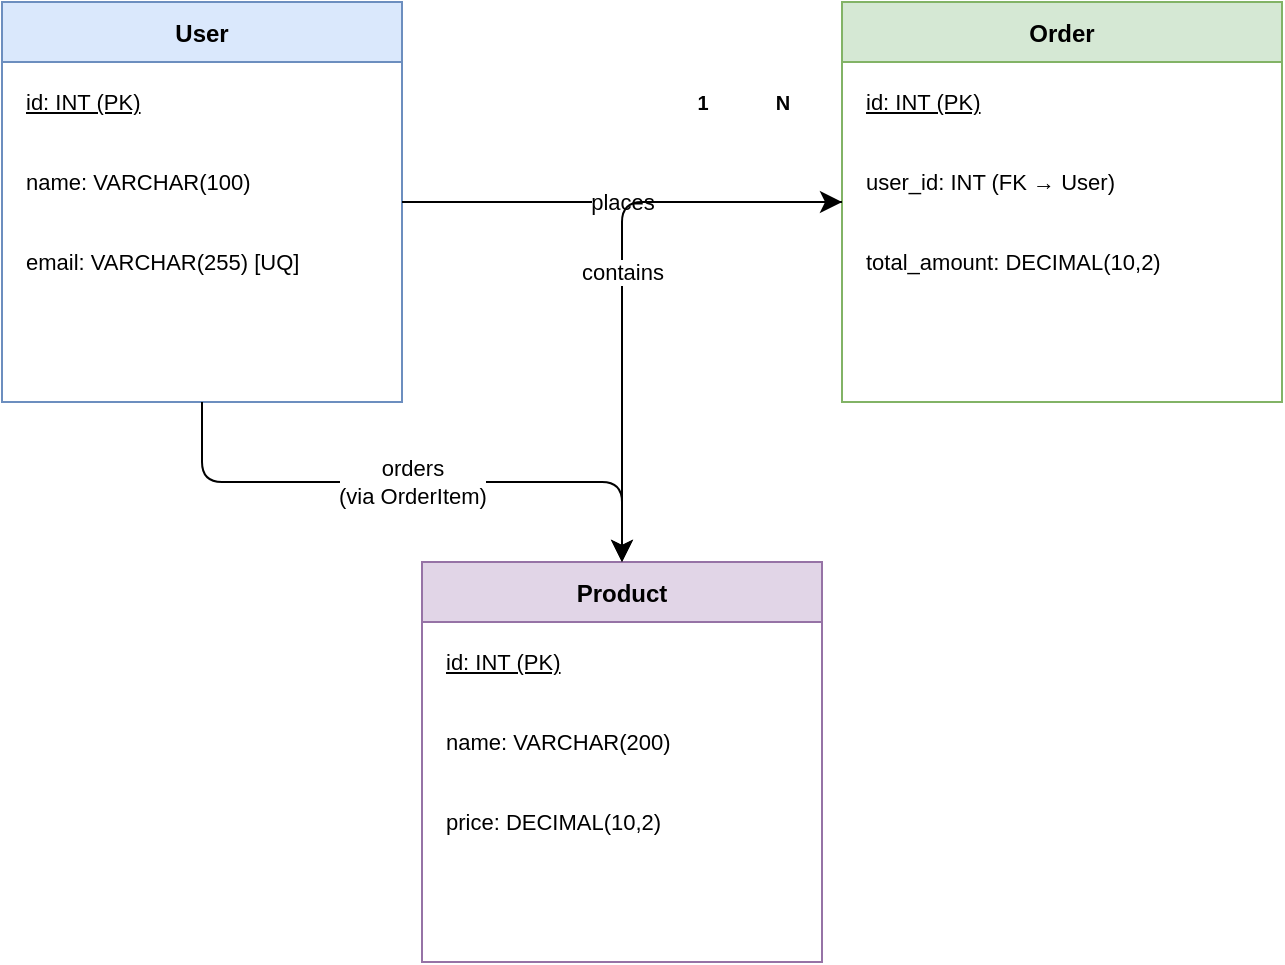
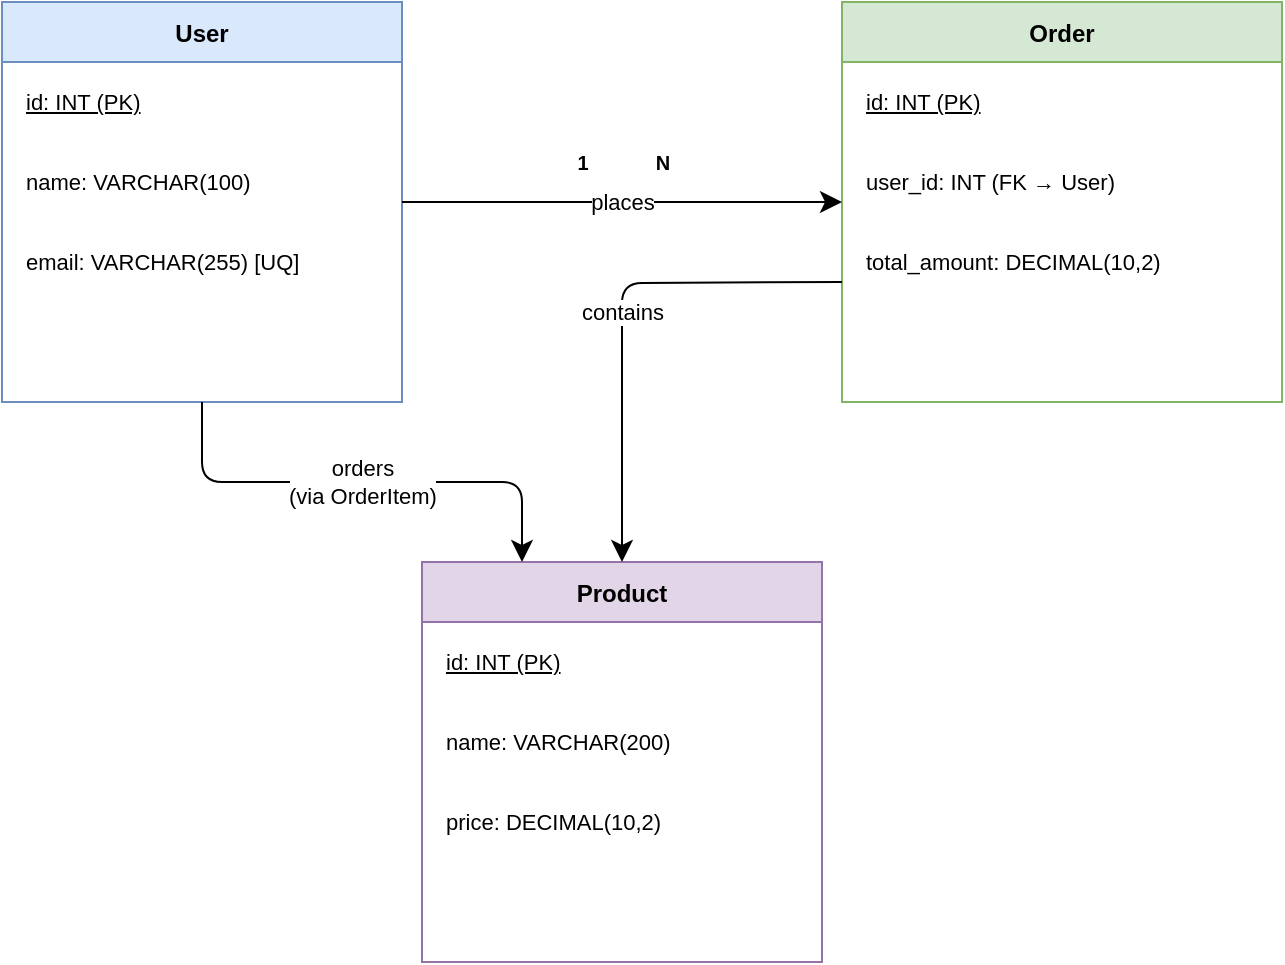
- <?xml version="1.0" encoding="UTF-8"?>
- <mxfile host="drawio" version="26.0.0" type="device">
+ <mxfile host="Electron">
  <diagram name="ER-Diagram" id="er-1">
-     <mxGraphModel dx="1434" dy="810" grid="1" gridSize="10" guides="1" tooltips="1" connect="1" arrows="1" fold="1" page="1" pageScale="1" pageWidth="1600" pageHeight="1200" math="0" shadow="0">
+     <mxGraphModel dx="774" dy="562" grid="1" gridSize="10" guides="1" tooltips="1" connect="1" arrows="1" fold="1" page="1" pageScale="1" pageWidth="1600" pageHeight="1200" math="0" shadow="0">
      <root>
        <mxCell id="0" />
        <mxCell id="1" parent="0" />
- 
-         <!-- Entity: User -->
-         <mxCell id="2" value="User" style="swimlane;startSize=30;fillColor=#dae8fc;strokeColor=#6c8ebf;fontSize=12;fontStyle=1;" vertex="1" parent="1">
-           <mxGeometry x="40" y="40" width="200" height="200" as="geometry" />
+         <mxCell id="2" parent="1" style="swimlane;startSize=30;fillColor=#dae8fc;strokeColor=#6c8ebf;fontSize=12;fontStyle=1;" value="User" vertex="1">
+           <mxGeometry height="200" width="200" x="40" y="40" as="geometry" />
        </mxCell>
-         <mxCell id="3" value="&lt;u&gt;id: INT (PK)&lt;/u&gt;" style="rounded=0;whiteSpace=wrap;html=1;fillColor=none;strokeColor=none;align=left;fontSize=11;" vertex="1" parent="2">
-           <mxGeometry x="10" y="40" width="180" height="20" as="geometry" />
+         <mxCell id="3" parent="2" style="rounded=0;whiteSpace=wrap;html=1;fillColor=none;strokeColor=none;align=left;fontSize=11;" value="&lt;u&gt;id: INT (PK)&lt;/u&gt;" vertex="1">
+           <mxGeometry height="20" width="180" x="10" y="40" as="geometry" />
        </mxCell>
-         <mxCell id="4" value="name: VARCHAR(100)" style="rounded=0;whiteSpace=wrap;html=1;fillColor=none;strokeColor=none;align=left;fontSize=11;" vertex="1" parent="2">
-           <mxGeometry x="10" y="80" width="180" height="20" as="geometry" />
+         <mxCell id="4" parent="2" style="rounded=0;whiteSpace=wrap;html=1;fillColor=none;strokeColor=none;align=left;fontSize=11;" value="name: VARCHAR(100)" vertex="1">
+           <mxGeometry height="20" width="180" x="10" y="80" as="geometry" />
        </mxCell>
-         <mxCell id="5" value="email: VARCHAR(255) [UQ]" style="rounded=0;whiteSpace=wrap;html=1;fillColor=none;strokeColor=none;align=left;fontSize=11;" vertex="1" parent="2">
-           <mxGeometry x="10" y="120" width="180" height="20" as="geometry" />
+         <mxCell id="5" parent="2" style="rounded=0;whiteSpace=wrap;html=1;fillColor=none;strokeColor=none;align=left;fontSize=11;" value="email: VARCHAR(255) [UQ]" vertex="1">
+           <mxGeometry height="20" width="180" x="10" y="120" as="geometry" />
        </mxCell>
- 
-         <!-- Entity: Order -->
-         <mxCell id="6" value="Order" style="swimlane;startSize=30;fillColor=#d5e8d4;strokeColor=#82b366;fontSize=12;fontStyle=1;" vertex="1" parent="1">
-           <mxGeometry x="460" y="40" width="220" height="200" as="geometry" />
+         <mxCell id="6" parent="1" style="swimlane;startSize=30;fillColor=#d5e8d4;strokeColor=#82b366;fontSize=12;fontStyle=1;" value="Order" vertex="1">
+           <mxGeometry height="200" width="220" x="460" y="40" as="geometry" />
        </mxCell>
-         <mxCell id="7" value="&lt;u&gt;id: INT (PK)&lt;/u&gt;" style="rounded=0;whiteSpace=wrap;html=1;fillColor=none;strokeColor=none;align=left;fontSize=11;" vertex="1" parent="6">
-           <mxGeometry x="10" y="40" width="200" height="20" as="geometry" />
+         <mxCell id="7" parent="6" style="rounded=0;whiteSpace=wrap;html=1;fillColor=none;strokeColor=none;align=left;fontSize=11;" value="&lt;u&gt;id: INT (PK)&lt;/u&gt;" vertex="1">
+           <mxGeometry height="20" width="200" x="10" y="40" as="geometry" />
        </mxCell>
-         <mxCell id="8" value="user_id: INT (FK → User)" style="rounded=0;whiteSpace=wrap;html=1;fillColor=none;strokeColor=none;align=left;fontSize=11;" vertex="1" parent="6">
-           <mxGeometry x="10" y="80" width="200" height="20" as="geometry" />
+         <mxCell id="8" parent="6" style="rounded=0;whiteSpace=wrap;html=1;fillColor=none;strokeColor=none;align=left;fontSize=11;" value="user_id: INT (FK → User)" vertex="1">
+           <mxGeometry height="20" width="200" x="10" y="80" as="geometry" />
        </mxCell>
-         <mxCell id="9" value="total_amount: DECIMAL(10,2)" style="rounded=0;whiteSpace=wrap;html=1;fillColor=none;strokeColor=none;align=left;fontSize=11;" vertex="1" parent="6">
-           <mxGeometry x="10" y="120" width="200" height="20" as="geometry" />
+         <mxCell id="9" parent="6" style="rounded=0;whiteSpace=wrap;html=1;fillColor=none;strokeColor=none;align=left;fontSize=11;" value="total_amount: DECIMAL(10,2)" vertex="1">
+           <mxGeometry height="20" width="200" x="10" y="120" as="geometry" />
        </mxCell>
- 
-         <!-- Entity: Product -->
-         <mxCell id="10" value="Product" style="swimlane;startSize=30;fillColor=#e1d5e7;strokeColor=#9673a6;fontSize=12;fontStyle=1;" vertex="1" parent="1">
-           <mxGeometry x="250" y="320" width="200" height="200" as="geometry" />
+         <mxCell id="10" parent="1" style="swimlane;startSize=30;fillColor=#e1d5e7;strokeColor=#9673a6;fontSize=12;fontStyle=1;" value="Product" vertex="1">
+           <mxGeometry height="200" width="200" x="250" y="320" as="geometry" />
        </mxCell>
-         <mxCell id="11" value="&lt;u&gt;id: INT (PK)&lt;/u&gt;" style="rounded=0;whiteSpace=wrap;html=1;fillColor=none;strokeColor=none;align=left;fontSize=11;" vertex="1" parent="10">
-           <mxGeometry x="10" y="40" width="180" height="20" as="geometry" />
+         <mxCell id="11" parent="10" style="rounded=0;whiteSpace=wrap;html=1;fillColor=none;strokeColor=none;align=left;fontSize=11;" value="&lt;u&gt;id: INT (PK)&lt;/u&gt;" vertex="1">
+           <mxGeometry height="20" width="180" x="10" y="40" as="geometry" />
        </mxCell>
-         <mxCell id="12" value="name: VARCHAR(200)" style="rounded=0;whiteSpace=wrap;html=1;fillColor=none;strokeColor=none;align=left;fontSize=11;" vertex="1" parent="10">
-           <mxGeometry x="10" y="80" width="180" height="20" as="geometry" />
+         <mxCell id="12" parent="10" style="rounded=0;whiteSpace=wrap;html=1;fillColor=none;strokeColor=none;align=left;fontSize=11;" value="name: VARCHAR(200)" vertex="1">
+           <mxGeometry height="20" width="180" x="10" y="80" as="geometry" />
        </mxCell>
-         <mxCell id="13" value="price: DECIMAL(10,2)" style="rounded=0;whiteSpace=wrap;html=1;fillColor=none;strokeColor=none;align=left;fontSize=11;" vertex="1" parent="10">
-           <mxGeometry x="10" y="120" width="180" height="20" as="geometry" />
+         <mxCell id="13" parent="10" style="rounded=0;whiteSpace=wrap;html=1;fillColor=none;strokeColor=none;align=left;fontSize=11;" value="price: DECIMAL(10,2)" vertex="1">
+           <mxGeometry height="20" width="180" x="10" y="120" as="geometry" />
        </mxCell>
- 
-         <!-- Relationship: User 1──N Order -->
-         <mxCell id="14" value="places" style="edgeStyle=orthogonalEdgeStyle;rounded=1;orthogonalLoop=1;jettySize=auto;html=1;endArrow=classic;endFill=1;endSize=8;" edge="1" parent="1" source="2" target="6">
+         <mxCell id="14" edge="1" parent="1" source="2" style="edgeStyle=orthogonalEdgeStyle;rounded=1;orthogonalLoop=1;jettySize=auto;html=1;endArrow=classic;endFill=1;endSize=8;" target="6" value="places">
          <mxGeometry relative="1" as="geometry" />
        </mxCell>
-         <mxCell id="15" value="1" style="text;html=1;align=center;verticalAlign=middle;fontSize=10;fontStyle=1;" vertex="1" parent="1">
-           <mxGeometry x="380" y="80" width="20" height="20" as="geometry" />
+         <mxCell id="15" parent="1" style="text;html=1;align=center;verticalAlign=middle;fontSize=10;fontStyle=1;" value="1" vertex="1">
+           <mxGeometry height="20" width="20" x="320" y="110" as="geometry" />
        </mxCell>
-         <mxCell id="16" value="N" style="text;html=1;align=center;verticalAlign=middle;fontSize=10;fontStyle=1;" vertex="1" parent="1">
-           <mxGeometry x="420" y="80" width="20" height="20" as="geometry" />
+         <mxCell id="16" parent="1" style="text;html=1;align=center;verticalAlign=middle;fontSize=10;fontStyle=1;" value="N" vertex="1">
+           <mxGeometry height="20" width="20" x="360" y="110" as="geometry" />
        </mxCell>
- 
-         <!-- Relationship: User N──M Product -->
-         <mxCell id="17" value="orders&lt;br&gt;(via OrderItem)" style="edgeStyle=orthogonalEdgeStyle;rounded=1;orthogonalLoop=1;jettySize=auto;html=1;endArrow=classic;endFill=1;endSize=8;" edge="1" parent="1" source="2" target="10">
+         <mxCell id="17" edge="1" parent="1" source="2" style="edgeStyle=orthogonalEdgeStyle;rounded=1;orthogonalLoop=1;jettySize=auto;html=1;endArrow=classic;endFill=1;endSize=8;entryX=0.25;entryY=0;entryDx=0;entryDy=0;" target="10" value="orders&lt;br&gt;(via OrderItem)">
          <mxGeometry relative="1" as="geometry">
            <Array as="points">
              <mxPoint x="140" y="280" />
-               <mxPoint x="350" y="280" />
+               <mxPoint x="300" y="280" />
            </Array>
          </mxGeometry>
        </mxCell>
- 
-         <!-- Relationship: Order N──M Product -->
-         <mxCell id="18" value="contains" style="edgeStyle=orthogonalEdgeStyle;rounded=1;orthogonalLoop=1;jettySize=auto;html=1;endArrow=classic;endFill=1;endSize=8;" edge="1" parent="1" source="6" target="10">
-           <mxGeometry relative="1" as="geometry" />
+         <mxCell id="18" edge="1" parent="1" style="edgeStyle=orthogonalEdgeStyle;rounded=1;orthogonalLoop=1;jettySize=auto;html=1;endArrow=classic;endFill=1;endSize=8;" target="10" value="contains">
+           <mxGeometry relative="1" as="geometry">
+             <mxPoint x="460" y="180" as="sourcePoint" />
+           </mxGeometry>
        </mxCell>
      </root>
    </mxGraphModel>
  </diagram>
</mxfile>
